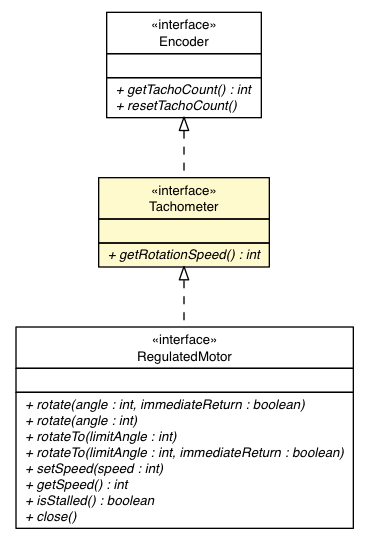
The Graphviz diagram docs/api/lejos/robotics/Tachometer.png in ev3dev-lang-java/ev3dev-lang-java, before a commit. Its source is kept beside it as docs/api/lejos/robotics/Tachometer.dot. The source it was exported from:
```dot

digraph G {
	edge [fontname="Helvetica",fontsize=10,labelfontname="Helvetica",labelfontsize=10];
	node [fontname="Helvetica",fontsize=10,shape=plaintext];
	nodesep=0.25;
	ranksep=0.5;
	c7526 [label=<<table title="lejos.robotics.Encoder" border="0" cellborder="1" cellspacing="0" cellpadding="2" port="p" href="./Encoder.html">
		<tr><td><table border="0" cellspacing="0" cellpadding="1">
<tr><td align="center" balign="center"> &#171;interface&#187; </td></tr>
<tr><td align="center" balign="center"> Encoder </td></tr>
		</table></td></tr>
		<tr><td><table border="0" cellspacing="0" cellpadding="1">
<tr><td align="left" balign="left">  </td></tr>
		</table></td></tr>
		<tr><td><table border="0" cellspacing="0" cellpadding="1">
<tr><td align="left" balign="left"><font face="Helvetica-Oblique" point-size="10.0"> + getTachoCount() : int </font></td></tr>
<tr><td align="left" balign="left"><font face="Helvetica-Oblique" point-size="10.0"> + resetTachoCount() </font></td></tr>
		</table></td></tr>
		</table>>, URL="./Encoder.html", fontname="Helvetica", fontcolor="black", fontsize=10.0];
	c7528 [label=<<table title="lejos.robotics.RegulatedMotor" border="0" cellborder="1" cellspacing="0" cellpadding="2" port="p" href="./RegulatedMotor.html">
		<tr><td><table border="0" cellspacing="0" cellpadding="1">
<tr><td align="center" balign="center"> &#171;interface&#187; </td></tr>
<tr><td align="center" balign="center"> RegulatedMotor </td></tr>
		</table></td></tr>
		<tr><td><table border="0" cellspacing="0" cellpadding="1">
<tr><td align="left" balign="left">  </td></tr>
		</table></td></tr>
		<tr><td><table border="0" cellspacing="0" cellpadding="1">
<tr><td align="left" balign="left"><font face="Helvetica-Oblique" point-size="10.0"> + rotate(angle : int, immediateReturn : boolean) </font></td></tr>
<tr><td align="left" balign="left"><font face="Helvetica-Oblique" point-size="10.0"> + rotate(angle : int) </font></td></tr>
<tr><td align="left" balign="left"><font face="Helvetica-Oblique" point-size="10.0"> + rotateTo(limitAngle : int) </font></td></tr>
<tr><td align="left" balign="left"><font face="Helvetica-Oblique" point-size="10.0"> + rotateTo(limitAngle : int, immediateReturn : boolean) </font></td></tr>
<tr><td align="left" balign="left"><font face="Helvetica-Oblique" point-size="10.0"> + setSpeed(speed : int) </font></td></tr>
<tr><td align="left" balign="left"><font face="Helvetica-Oblique" point-size="10.0"> + getSpeed() : int </font></td></tr>
<tr><td align="left" balign="left"><font face="Helvetica-Oblique" point-size="10.0"> + isStalled() : boolean </font></td></tr>
<tr><td align="left" balign="left"><font face="Helvetica-Oblique" point-size="10.0"> + close() </font></td></tr>
		</table></td></tr>
		</table>>, URL="./RegulatedMotor.html", fontname="Helvetica", fontcolor="black", fontsize=10.0];
	c7530 [label=<<table title="lejos.robotics.Tachometer" border="0" cellborder="1" cellspacing="0" cellpadding="2" port="p" bgcolor="lemonChiffon" href="./Tachometer.html">
		<tr><td><table border="0" cellspacing="0" cellpadding="1">
<tr><td align="center" balign="center"> &#171;interface&#187; </td></tr>
<tr><td align="center" balign="center"> Tachometer </td></tr>
		</table></td></tr>
		<tr><td><table border="0" cellspacing="0" cellpadding="1">
<tr><td align="left" balign="left">  </td></tr>
		</table></td></tr>
		<tr><td><table border="0" cellspacing="0" cellpadding="1">
<tr><td align="left" balign="left"><font face="Helvetica-Oblique" point-size="10.0"> + getRotationSpeed() : int </font></td></tr>
		</table></td></tr>
		</table>>, URL="./Tachometer.html", fontname="Helvetica", fontcolor="black", fontsize=10.0];
	c7530:p -> c7528:p [dir=back,arrowtail=empty,style=dashed];
	c7526:p -> c7530:p [dir=back,arrowtail=empty,style=dashed];
}
```
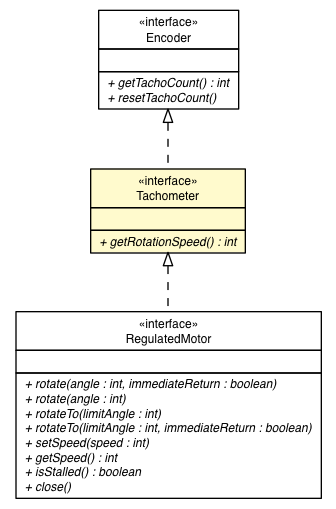
After the commit.

The edit, as a diff of the source:
```diff
@@ -13,10 +13,10 @@
 <tr><td align="left" balign="left">  </td></tr>
 		</table></td></tr>
 		<tr><td><table border="0" cellspacing="0" cellpadding="1">
-<tr><td align="left" balign="left"><font face="Helvetica-Oblique" point-size="10.0"> + getTachoCount() : int </font></td></tr>
-<tr><td align="left" balign="left"><font face="Helvetica-Oblique" point-size="10.0"> + resetTachoCount() </font></td></tr>
+<tr><td align="left" balign="left"><font face="Helvetica-Oblique" point-size="9.0"> + getTachoCount() : int </font></td></tr>
+<tr><td align="left" balign="left"><font face="Helvetica-Oblique" point-size="9.0"> + resetTachoCount() </font></td></tr>
 		</table></td></tr>
-		</table>>, URL="./Encoder.html", fontname="Helvetica", fontcolor="black", fontsize=10.0];
+		</table>>, URL="./Encoder.html", fontname="Helvetica", fontcolor="black", fontsize=9.0];
 	c7528 [label=<<table title="lejos.robotics.RegulatedMotor" border="0" cellborder="1" cellspacing="0" cellpadding="2" port="p" href="./RegulatedMotor.html">
 		<tr><td><table border="0" cellspacing="0" cellpadding="1">
 <tr><td align="center" balign="center"> &#171;interface&#187; </td></tr>
@@ -26,16 +26,16 @@
 <tr><td align="left" balign="left">  </td></tr>
 		</table></td></tr>
 		<tr><td><table border="0" cellspacing="0" cellpadding="1">
-<tr><td align="left" balign="left"><font face="Helvetica-Oblique" point-size="10.0"> + rotate(angle : int, immediateReturn : boolean) </font></td></tr>
-<tr><td align="left" balign="left"><font face="Helvetica-Oblique" point-size="10.0"> + rotate(angle : int) </font></td></tr>
-<tr><td align="left" balign="left"><font face="Helvetica-Oblique" point-size="10.0"> + rotateTo(limitAngle : int) </font></td></tr>
-<tr><td align="left" balign="left"><font face="Helvetica-Oblique" point-size="10.0"> + rotateTo(limitAngle : int, immediateReturn : boolean) </font></td></tr>
-<tr><td align="left" balign="left"><font face="Helvetica-Oblique" point-size="10.0"> + setSpeed(speed : int) </font></td></tr>
-<tr><td align="left" balign="left"><font face="Helvetica-Oblique" point-size="10.0"> + getSpeed() : int </font></td></tr>
-<tr><td align="left" balign="left"><font face="Helvetica-Oblique" point-size="10.0"> + isStalled() : boolean </font></td></tr>
-<tr><td align="left" balign="left"><font face="Helvetica-Oblique" point-size="10.0"> + close() </font></td></tr>
+<tr><td align="left" balign="left"><font face="Helvetica-Oblique" point-size="9.0"> + rotate(angle : int, immediateReturn : boolean) </font></td></tr>
+<tr><td align="left" balign="left"><font face="Helvetica-Oblique" point-size="9.0"> + rotate(angle : int) </font></td></tr>
+<tr><td align="left" balign="left"><font face="Helvetica-Oblique" point-size="9.0"> + rotateTo(limitAngle : int) </font></td></tr>
+<tr><td align="left" balign="left"><font face="Helvetica-Oblique" point-size="9.0"> + rotateTo(limitAngle : int, immediateReturn : boolean) </font></td></tr>
+<tr><td align="left" balign="left"><font face="Helvetica-Oblique" point-size="9.0"> + setSpeed(speed : int) </font></td></tr>
+<tr><td align="left" balign="left"><font face="Helvetica-Oblique" point-size="9.0"> + getSpeed() : int </font></td></tr>
+<tr><td align="left" balign="left"><font face="Helvetica-Oblique" point-size="9.0"> + isStalled() : boolean </font></td></tr>
+<tr><td align="left" balign="left"><font face="Helvetica-Oblique" point-size="9.0"> + close() </font></td></tr>
 		</table></td></tr>
-		</table>>, URL="./RegulatedMotor.html", fontname="Helvetica", fontcolor="black", fontsize=10.0];
+		</table>>, URL="./RegulatedMotor.html", fontname="Helvetica", fontcolor="black", fontsize=9.0];
 	c7530 [label=<<table title="lejos.robotics.Tachometer" border="0" cellborder="1" cellspacing="0" cellpadding="2" port="p" bgcolor="lemonChiffon" href="./Tachometer.html">
 		<tr><td><table border="0" cellspacing="0" cellpadding="1">
 <tr><td align="center" balign="center"> &#171;interface&#187; </td></tr>
@@ -45,9 +45,9 @@
 <tr><td align="left" balign="left">  </td></tr>
 		</table></td></tr>
 		<tr><td><table border="0" cellspacing="0" cellpadding="1">
-<tr><td align="left" balign="left"><font face="Helvetica-Oblique" point-size="10.0"> + getRotationSpeed() : int </font></td></tr>
+<tr><td align="left" balign="left"><font face="Helvetica-Oblique" point-size="9.0"> + getRotationSpeed() : int </font></td></tr>
 		</table></td></tr>
-		</table>>, URL="./Tachometer.html", fontname="Helvetica", fontcolor="black", fontsize=10.0];
+		</table>>, URL="./Tachometer.html", fontname="Helvetica", fontcolor="black", fontsize=9.0];
 	c7530:p -> c7528:p [dir=back,arrowtail=empty,style=dashed];
 	c7526:p -> c7530:p [dir=back,arrowtail=empty,style=dashed];
 }
```
